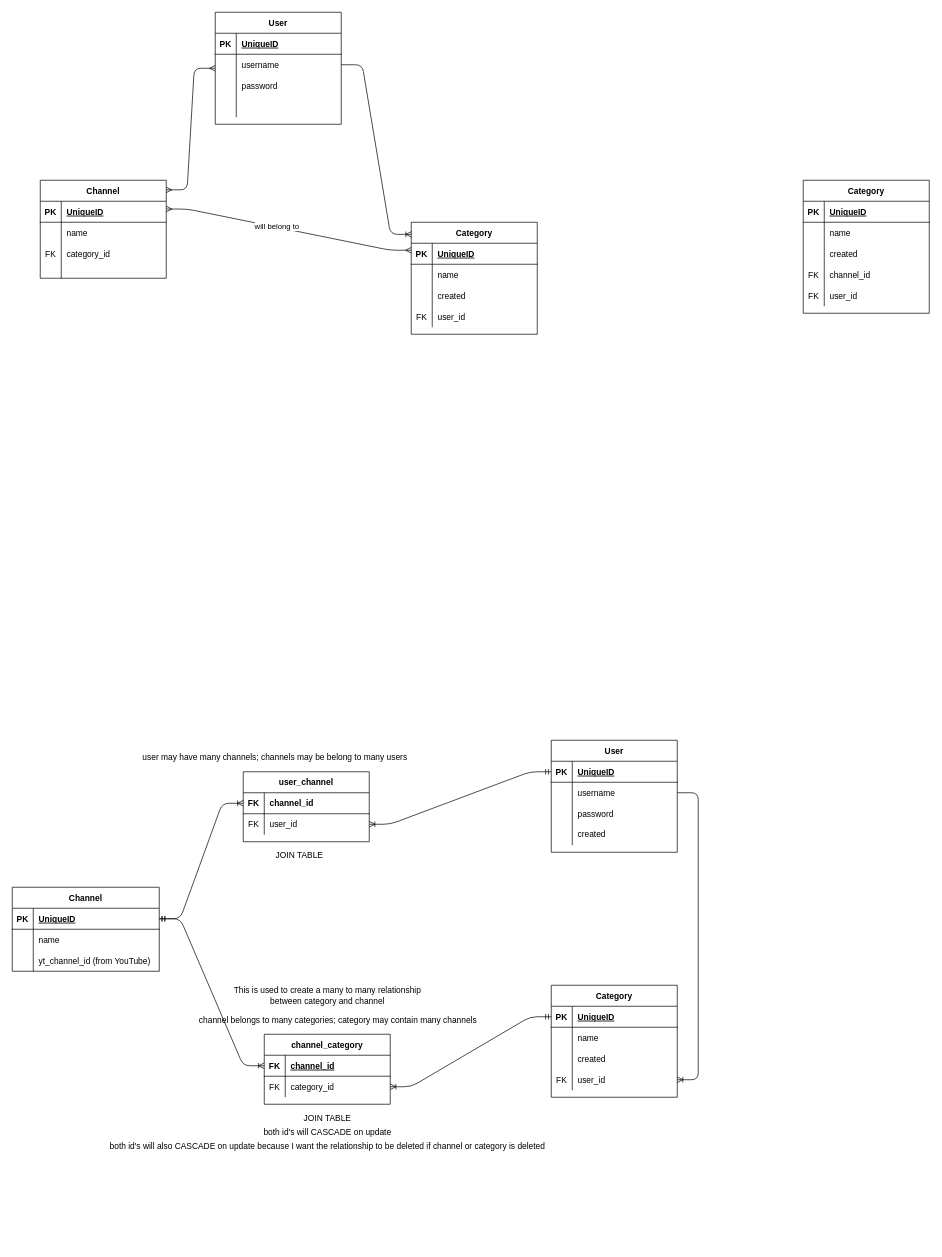
Earlier version of the draw.io diagram YG DB.drawio (miguellealw/Web-Room). Source tidied: cells renumbered, new cells numbered last; positions are measured from the earlier drawing's top-left corner, leaving out a move shared by most shapes. Both pictures are drawn from the tidied source at 70%, with x=0, y=0 at pixel (12, 12).
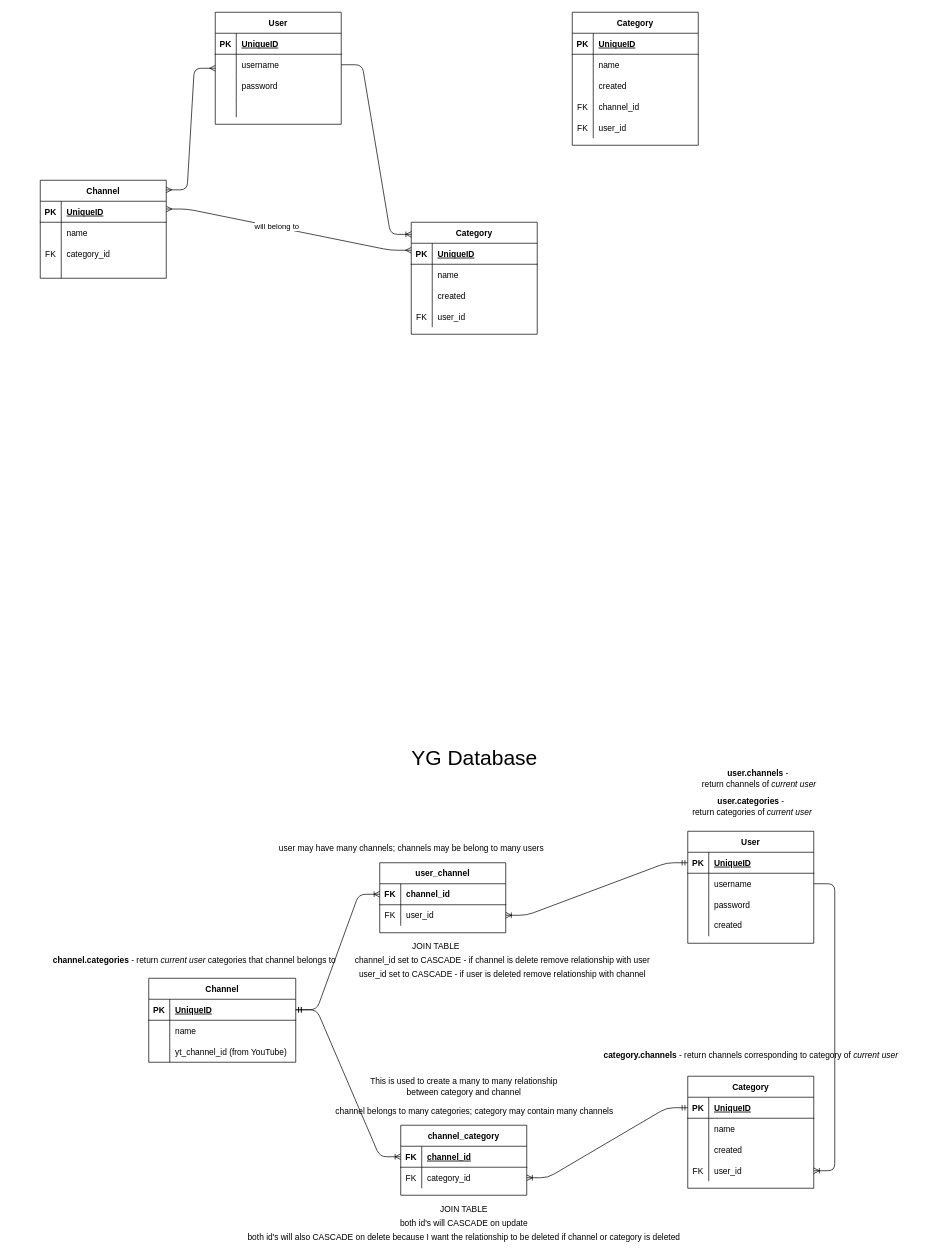
The same diagram, later.

The change refers to these unchanged cells:
```xml
<mxCell id="62" style="shape=partialRectangle;fillColor=none;top=0;left=0;bottom=1;right=0;points=[[0,0.5],[1,0.5]];portConstraint=eastwest;" parent="61" vertex="1">
  <mxGeometry y="30" width="210" height="30" as="geometry" />
</mxCell>
<mxCell id="72" style="shape=partialRectangle;fillColor=none;top=0;left=0;bottom=1;right=0;points=[[0,0.5],[1,0.5]];portConstraint=eastwest;" parent="71" vertex="1">
  <mxGeometry y="30" width="180" height="30" as="geometry" />
</mxCell>
<mxCell id="81" style="shape=partialRectangle;fillColor=none;top=0;left=0;bottom=0;right=0;points=[[0,0.5],[1,0.5]];portConstraint=eastwest;" parent="71" vertex="1">
  <mxGeometry y="120" width="180" height="30" as="geometry" />
</mxCell>
<mxCell id="85" style="shape=partialRectangle;fillColor=none;top=0;left=0;bottom=1;right=0;points=[[0,0.5],[1,0.5]];portConstraint=eastwest;" parent="84" vertex="1">
  <mxGeometry y="30" width="180" height="30" as="geometry" />
</mxCell>
<mxCell id="88" style="shape=partialRectangle;fillColor=none;top=0;left=0;bottom=0;right=0;points=[[0,0.5],[1,0.5]];portConstraint=eastwest;" parent="84" vertex="1">
  <mxGeometry y="60" width="180" height="30" as="geometry" />
</mxCell>
<mxCell id="99" style="shape=partialRectangle;fillColor=none;top=0;left=0;bottom=1;right=0;points=[[0,0.5],[1,0.5]];portConstraint=eastwest;" parent="98" vertex="1">
  <mxGeometry y="30" width="180" height="30" as="geometry" />
</mxCell>
<mxCell id="102" style="shape=partialRectangle;fillColor=none;top=0;left=0;bottom=0;right=0;points=[[0,0.5],[1,0.5]];portConstraint=eastwest;" parent="98" vertex="1">
  <mxGeometry y="60" width="180" height="30" as="geometry" />
</mxCell>
<mxCell id="106" style="shape=partialRectangle;fillColor=none;top=0;left=0;bottom=1;right=0;points=[[0,0.5],[1,0.5]];portConstraint=eastwest;" parent="105" vertex="1">
  <mxGeometry y="30" width="180" height="30" as="geometry" />
</mxCell>
<mxCell id="109" style="shape=partialRectangle;fillColor=none;top=0;left=0;bottom=0;right=0;points=[[0,0.5],[1,0.5]];portConstraint=eastwest;" parent="105" vertex="1">
  <mxGeometry y="60" width="180" height="30" as="geometry" />
</mxCell>
```

The edit, as a diff of the source:
```diff
@@
     <mxCell id="41" value="Category" style="shape=table;startSize=30;childLayout=tableLayout;rowLines=0;fontStyle=1;align=center;" parent="1" vertex="1">
-      <mxGeometry x="1130" y="240" width="180" height="190" as="geometry" />
+      <mxGeometry x="800" width="180" height="190" as="geometry" />
     </mxCell>
@@
+    <mxCell id="123" style="group;" parent="1" vertex="1">
+      <mxGeometry x="90" y="1080" width="1185" height="680" as="geometry" />
+    </mxCell>
-    <mxCell id="61" value="Channel" style="shape=table;startSize=30;childLayout=tableLayout;rowLines=0;fontStyle=1;align=center;" parent="1" vertex="1">
-      <mxGeometry y="1250" width="210" height="120" as="geometry" />
+    <mxCell id="61" value="Channel" style="shape=table;startSize=30;childLayout=tableLayout;rowLines=0;fontStyle=1;align=center;" parent="123" vertex="1">
+      <mxGeometry x="105" y="300" width="210" height="120" as="geometry" />
     </mxCell>
@@
-    <mxCell id="71" value="Category" style="shape=table;startSize=30;childLayout=tableLayout;rowLines=0;fontStyle=1;align=center;" parent="1" vertex="1">
-      <mxGeometry x="770" y="1390" width="180" height="160" as="geometry" />
+    <mxCell id="71" value="Category" style="shape=table;startSize=30;childLayout=tableLayout;rowLines=0;fontStyle=1;align=center;" parent="123" vertex="1">
+      <mxGeometry x="875" y="440" width="180" height="160" as="geometry" />
     </mxCell>
@@
-    <mxCell id="84" value="User" style="shape=table;startSize=30;childLayout=tableLayout;rowLines=0;fontStyle=1;align=center;" parent="1" vertex="1">
-      <mxGeometry x="770" y="1040" width="180" height="160" as="geometry" />
+    <mxCell id="84" value="User" style="shape=table;startSize=30;childLayout=tableLayout;rowLines=0;fontStyle=1;align=center;" parent="123" vertex="1">
+      <mxGeometry x="875" y="90" width="180" height="160" as="geometry" />
     </mxCell>
@@
-    <mxCell id="97" style="edgeStyle=entityRelationEdgeStyle;fontSize=12;html=1;endArrow=ERoneToMany;exitX=1;exitY=0.5;exitDx=0;exitDy=0;entryX=1;entryY=0.5;entryDx=0;entryDy=0;" parent="1" edge="1" source="88" target="81">
+    <mxCell id="97" style="edgeStyle=entityRelationEdgeStyle;fontSize=12;html=1;endArrow=ERoneToMany;exitX=1;exitY=0.5;exitDx=0;exitDy=0;entryX=1;entryY=0.5;entryDx=0;entryDy=0;" parent="123" edge="1" source="88" target="81">
       <mxGeometry relative="1" as="geometry" />
     </mxCell>
-    <mxCell id="98" value="user_channel" style="shape=table;startSize=30;childLayout=tableLayout;rowLines=0;fontStyle=1;align=center;" parent="1" vertex="1">
-      <mxGeometry x="330" y="1085" width="180" height="100" as="geometry" />
+    <mxCell id="98" value="user_channel" style="shape=table;startSize=30;childLayout=tableLayout;rowLines=0;fontStyle=1;align=center;" parent="123" vertex="1">
+      <mxGeometry x="435" y="135" width="180" height="100" as="geometry" />
     </mxCell>
@@
-    <mxCell id="105" value="channel_category" style="shape=table;startSize=30;childLayout=tableLayout;rowLines=0;fontStyle=1;align=center;" parent="1" vertex="1">
-      <mxGeometry x="360" y="1460" width="180" height="100" as="geometry" />
+    <mxCell id="105" value="channel_category" style="shape=table;startSize=30;childLayout=tableLayout;rowLines=0;fontStyle=1;align=center;" parent="123" vertex="1">
+      <mxGeometry x="465" y="510" width="180" height="100" as="geometry" />
     </mxCell>
@@
-    <mxCell id="112" style="edgeStyle=entityRelationEdgeStyle;fontSize=12;html=1;endArrow=ERoneToMany;startArrow=ERmandOne;strokeColor=#000000;exitX=1;exitY=0.5;exitDx=0;exitDy=0;" parent="1" edge="1" source="62" target="106">
+    <mxCell id="112" style="edgeStyle=entityRelationEdgeStyle;fontSize=12;html=1;endArrow=ERoneToMany;startArrow=ERmandOne;strokeColor=#000000;exitX=1;exitY=0.5;exitDx=0;exitDy=0;" parent="123" edge="1" source="62" target="106">
       <mxGeometry relative="1" as="geometry" />
     </mxCell>
-    <mxCell id="113" style="edgeStyle=entityRelationEdgeStyle;fontSize=12;html=1;endArrow=ERoneToMany;startArrow=ERmandOne;strokeColor=#000000;entryX=1;entryY=0.5;entryDx=0;entryDy=0;exitX=0;exitY=0.5;exitDx=0;exitDy=0;" parent="1" edge="1" source="72" target="109">
+    <mxCell id="113" style="edgeStyle=entityRelationEdgeStyle;fontSize=12;html=1;endArrow=ERoneToMany;startArrow=ERmandOne;strokeColor=#000000;entryX=1;entryY=0.5;entryDx=0;entryDy=0;exitX=0;exitY=0.5;exitDx=0;exitDy=0;" parent="123" edge="1" source="72" target="109">
       <mxGeometry relative="1" as="geometry" />
     </mxCell>
-    <mxCell id="114" value="channel belongs to many categories; category may contain many channels" style="text;html=1;align=center;verticalAlign=middle;" parent="1" vertex="1">
-      <mxGeometry x="260" y="1430" width="410" height="20" as="geometry" />
+    <mxCell id="114" value="channel belongs to many categories; category may contain many channels" style="text;html=1;align=center;verticalAlign=middle;" parent="123" vertex="1">
+      <mxGeometry x="365" y="480" width="410" height="20" as="geometry" />
     </mxCell>
-    <mxCell id="115" style="edgeStyle=entityRelationEdgeStyle;fontSize=12;html=1;endArrow=ERoneToMany;startArrow=ERmandOne;strokeColor=#000000;entryX=0;entryY=0.5;entryDx=0;entryDy=0;exitX=1;exitY=0.5;exitDx=0;exitDy=0;" parent="1" edge="1" source="62" target="99">
+    <mxCell id="115" style="edgeStyle=entityRelationEdgeStyle;fontSize=12;html=1;endArrow=ERoneToMany;startArrow=ERmandOne;strokeColor=#000000;entryX=0;entryY=0.5;entryDx=0;entryDy=0;exitX=1;exitY=0.5;exitDx=0;exitDy=0;" parent="123" edge="1" source="62" target="99">
       <mxGeometry relative="1" as="geometry" />
     </mxCell>
-    <mxCell id="116" style="edgeStyle=entityRelationEdgeStyle;fontSize=12;html=1;endArrow=ERoneToMany;startArrow=ERmandOne;strokeColor=#000000;entryX=1;entryY=0.5;entryDx=0;entryDy=0;exitX=0;exitY=0.5;exitDx=0;exitDy=0;" parent="1" edge="1" source="85" target="102">
+    <mxCell id="116" style="edgeStyle=entityRelationEdgeStyle;fontSize=12;html=1;endArrow=ERoneToMany;startArrow=ERmandOne;strokeColor=#000000;entryX=1;entryY=0.5;entryDx=0;entryDy=0;exitX=0;exitY=0.5;exitDx=0;exitDy=0;" parent="123" edge="1" source="85" target="102">
       <mxGeometry relative="1" as="geometry" />
     </mxCell>
-    <mxCell id="117" value="JOIN TABLE" style="text;html=1;align=center;verticalAlign=middle;" parent="1" vertex="1">
-      <mxGeometry x="410" y="1570" width="80" height="20" as="geometry" />
+    <mxCell id="117" value="JOIN TABLE" style="text;html=1;align=center;verticalAlign=middle;" parent="123" vertex="1">
+      <mxGeometry x="515" y="620" width="80" height="20" as="geometry" />
     </mxCell>
-    <mxCell id="118" value="JOIN TABLE" style="text;html=1;align=center;verticalAlign=middle;" parent="1" vertex="1">
-      <mxGeometry x="370" y="1195" width="80" height="20" as="geometry" />
+    <mxCell id="118" value="JOIN TABLE" style="text;html=1;align=center;verticalAlign=middle;" parent="123" vertex="1">
+      <mxGeometry x="475" y="245" width="80" height="20" as="geometry" />
     </mxCell>
-    <mxCell id="119" value="This is used to create a many to many relationship&lt;br&gt;between category and channel" style="text;html=1;align=center;verticalAlign=middle;" parent="1" vertex="1">
-      <mxGeometry x="310" y="1390" width="280" height="30" as="geometry" />
+    <mxCell id="119" value="This is used to create a many to many relationship&lt;br&gt;between category and channel" style="text;html=1;align=center;verticalAlign=middle;" parent="123" vertex="1">
+      <mxGeometry x="415" y="440" width="280" height="30" as="geometry" />
     </mxCell>
-    <mxCell id="120" value="user may have many channels; channels may be belong to many users" style="text;html=1;align=center;verticalAlign=middle;" parent="1" vertex="1">
-      <mxGeometry x="180" y="1055" width="390" height="20" as="geometry" />
+    <mxCell id="120" value="user may have many channels; channels may be belong to many users" style="text;html=1;align=center;verticalAlign=middle;" parent="123" vertex="1">
+      <mxGeometry x="285" y="105" width="390" height="20" as="geometry" />
     </mxCell>
-    <mxCell id="121" value="both id's will CASCADE on update&lt;br&gt;" style="text;html=1;align=center;verticalAlign=middle;" parent="1" vertex="1">
-      <mxGeometry x="350" y="1590" width="200" height="20" as="geometry" />
+    <mxCell id="121" value="both id's will CASCADE on update&lt;br&gt;" style="text;html=1;align=center;verticalAlign=middle;" parent="123" vertex="1">
+      <mxGeometry x="455" y="640" width="200" height="20" as="geometry" />
     </mxCell>
-    <mxCell id="122" value="both id's will also CASCADE on update because I want the relationship to be deleted if channel or category is deleted" style="text;html=1;align=center;verticalAlign=middle;" parent="1" vertex="1">
-      <mxGeometry x="130" y="1610" width="640" height="20" as="geometry" />
+    <mxCell id="122" value="both id's will also CASCADE on delete because I want the relationship to be deleted if channel or category is deleted" style="text;html=1;align=center;verticalAlign=middle;" parent="123" vertex="1">
+      <mxGeometry x="240" y="660" width="630" height="20" as="geometry" />
     </mxCell>
+    <mxCell id="124" value="&lt;b&gt;user.channels&lt;/b&gt; -&lt;br&gt;&amp;nbsp;return channels of &lt;i&gt;current user&lt;/i&gt;" style="text;html=1;align=center;verticalAlign=middle;" parent="123" vertex="1">
+      <mxGeometry x="885" width="180" height="30" as="geometry" />
+    </mxCell>
+    <mxCell id="125" value="&lt;b&gt;user.categories&lt;/b&gt; -&lt;br&gt;&amp;nbsp;return categories of &lt;i&gt;current user&lt;/i&gt;" style="text;html=1;align=center;verticalAlign=middle;" parent="123" vertex="1">
+      <mxGeometry x="870" y="40" width="190" height="30" as="geometry" />
+    </mxCell>
+    <mxCell id="126" value="&lt;b&gt;category.channels&lt;/b&gt; - return channels corresponding to category of &lt;i&gt;current user&lt;/i&gt;" style="text;html=1;align=center;verticalAlign=middle;" parent="123" vertex="1">
+      <mxGeometry x="745" y="400" width="440" height="20" as="geometry" />
+    </mxCell>
+    <mxCell id="127" value="&lt;b&gt;channel.categories&lt;/b&gt; - return &lt;i&gt;current user&lt;/i&gt; categories that channel belongs to" style="text;html=1;align=center;verticalAlign=middle;" parent="123" vertex="1">
+      <mxGeometry x="-40" y="265" width="420" height="20" as="geometry" />
+    </mxCell>
+    <mxCell id="128" value="channel_id set to CASCADE - if channel is delete remove relationship with user" style="text;html=1;align=center;verticalAlign=middle;" parent="123" vertex="1">
+      <mxGeometry x="390" y="265" width="440" height="20" as="geometry" />
+    </mxCell>
+    <mxCell id="129" value="user_id set to CASCADE - if user is deleted remove relationship with channel" style="text;html=1;align=center;verticalAlign=middle;" parent="123" vertex="1">
+      <mxGeometry x="395" y="285" width="430" height="20" as="geometry" />
+    </mxCell>
+    <mxCell id="130" value="&lt;font style=&quot;font-size: 30px&quot;&gt;YG Database&lt;/font&gt;" style="text;html=1;align=center;verticalAlign=middle;" parent="1" vertex="1">
+      <mxGeometry x="560" y="1050" width="200" height="30" as="geometry" />
+    </mxCell>
```
